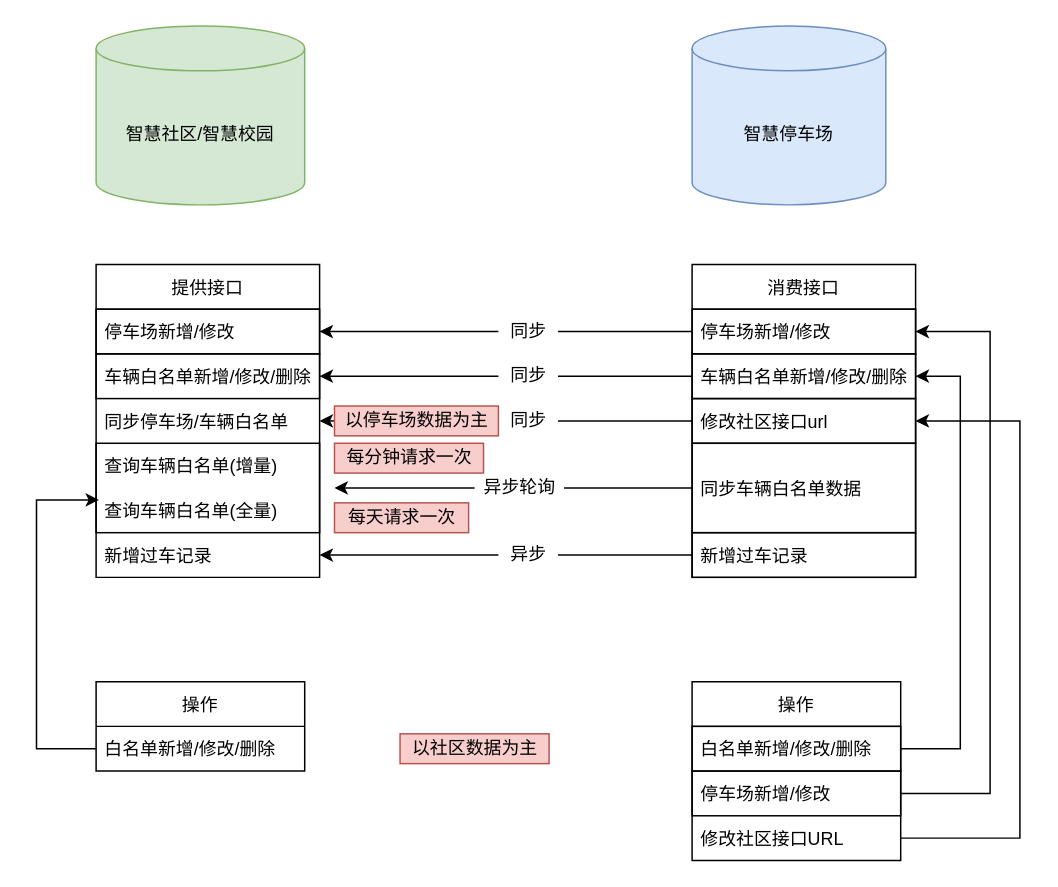
Above: 社区-停车场数据交互.drawio in 1119193481/draw (draw.io), before the change. Source tidied: cells renumbered, new cells numbered last; positions are measured from the earlier drawing's top-left corner, leaving out a move shared by most shapes. Both pictures are drawn from the tidied source at 149%, with x=0, y=0 at pixel (36, 25).
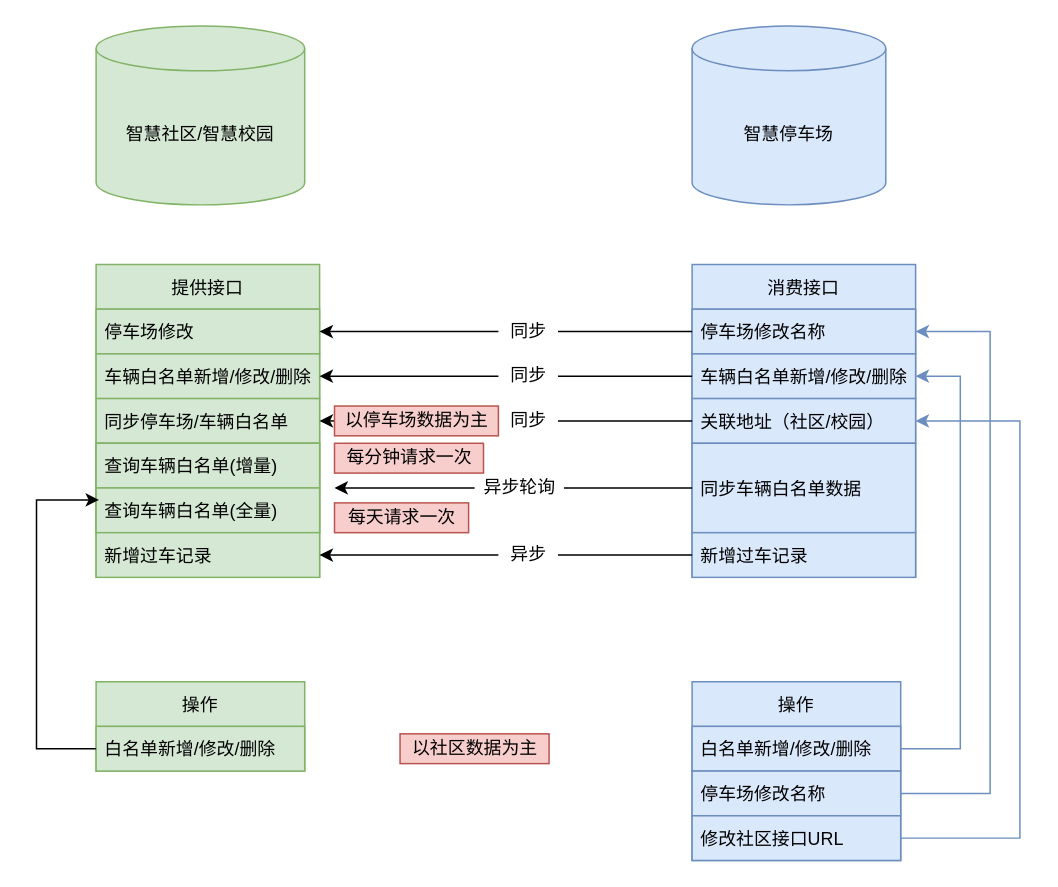
Above is the later version.

Commit message:
更新社区-停车场数据交互.drawio

The edit, as a diff of the source:
```diff
@@
-    <mxCell id="4" value="提供接口" style="swimlane;fontStyle=0;horizontal=1;startSize=30;" parent="1" vertex="1">
+    <mxCell id="4" value="提供接口" style="swimlane;fontStyle=0;horizontal=1;startSize=30;fillColor=#d5e8d4;strokeColor=#82b366;" parent="1" vertex="1">
       <mxGeometry x="40" y="160" width="150" height="210" as="geometry" />
     </mxCell>
-    <mxCell id="5" value="停车场新增/修改" style="text;strokeColor=default;fillColor=none;align=left;verticalAlign=middle;spacingLeft=4;spacingRight=4;overflow=hidden;points=[[0,0.5],[1,0.5]];portConstraint=eastwest;" parent="4" vertex="1">
+    <mxCell id="5" value="停车场修改" style="text;strokeColor=#82b366;fillColor=#d5e8d4;align=left;verticalAlign=middle;spacingLeft=4;spacingRight=4;overflow=hidden;points=[[0,0.5],[1,0.5]];portConstraint=eastwest;" parent="4" vertex="1">
       <mxGeometry y="30" width="150" height="30" as="geometry" />
     </mxCell>
-    <mxCell id="6" value="车辆白名单新增/修改/删除" style="text;strokeColor=default;fillColor=none;align=left;verticalAlign=middle;spacingLeft=4;spacingRight=4;overflow=hidden;points=[[0,0.5],[1,0.5]];portConstraint=eastwest;" parent="4" vertex="1">
+    <mxCell id="6" value="车辆白名单新增/修改/删除" style="text;strokeColor=#82b366;fillColor=#d5e8d4;align=left;verticalAlign=middle;spacingLeft=4;spacingRight=4;overflow=hidden;points=[[0,0.5],[1,0.5]];portConstraint=eastwest;" parent="4" vertex="1">
       <mxGeometry y="60" width="150" height="30" as="geometry" />
     </mxCell>
-    <mxCell id="7" value="同步停车场/车辆白名单" style="text;strokeColor=none;fillColor=none;align=left;verticalAlign=middle;spacingLeft=4;spacingRight=4;overflow=hidden;points=[[0,0.5],[1,0.5]];portConstraint=eastwest;" parent="4" vertex="1">
+    <mxCell id="7" value="同步停车场/车辆白名单" style="text;strokeColor=#82b366;fillColor=#d5e8d4;align=left;verticalAlign=middle;spacingLeft=4;spacingRight=4;overflow=hidden;points=[[0,0.5],[1,0.5]];portConstraint=eastwest;" parent="4" vertex="1">
       <mxGeometry y="90" width="150" height="30" as="geometry" />
     </mxCell>
-    <mxCell id="8" style="group;strokeColor=default;" parent="4" vertex="1">
+    <mxCell id="8" style="group;strokeColor=#82b366;fillColor=#d5e8d4;" parent="4" vertex="1">
       <mxGeometry y="120" width="150" height="60" as="geometry" />
     </mxCell>
-    <mxCell id="9" value="查询车辆白名单(增量)" style="text;strokeColor=none;fillColor=none;align=left;verticalAlign=middle;spacingLeft=4;spacingRight=4;overflow=hidden;" parent="8" vertex="1">
+    <mxCell id="9" value="查询车辆白名单(增量)" style="text;strokeColor=#82b366;fillColor=#d5e8d4;align=left;verticalAlign=middle;spacingLeft=4;spacingRight=4;overflow=hidden;" parent="8" vertex="1">
       <mxGeometry width="150" height="30" as="geometry" />
     </mxCell>
-    <mxCell id="10" value="查询车辆白名单(全量)" style="text;strokeColor=none;fillColor=none;align=left;verticalAlign=middle;spacingLeft=4;spacingRight=4;overflow=hidden;points=[[0,0.5],[1,0.5]];portConstraint=eastwest;" parent="8" vertex="1">
+    <mxCell id="10" value="查询车辆白名单(全量)" style="text;strokeColor=#82b366;fillColor=#d5e8d4;align=left;verticalAlign=middle;spacingLeft=4;spacingRight=4;overflow=hidden;points=[[0,0.5],[1,0.5]];portConstraint=eastwest;" parent="8" vertex="1">
       <mxGeometry y="30" width="150" height="30" as="geometry" />
     </mxCell>
-    <mxCell id="11" value="新增过车记录" style="text;strokeColor=none;fillColor=none;align=left;verticalAlign=middle;spacingLeft=4;spacingRight=4;overflow=hidden;points=[[0,0.5],[1,0.5]];portConstraint=eastwest;" parent="4" vertex="1">
+    <mxCell id="11" value="新增过车记录" style="text;strokeColor=#82b366;fillColor=#d5e8d4;align=left;verticalAlign=middle;spacingLeft=4;spacingRight=4;overflow=hidden;points=[[0,0.5],[1,0.5]];portConstraint=eastwest;" parent="4" vertex="1">
       <mxGeometry y="180" width="150" height="30" as="geometry" />
     </mxCell>
-    <mxCell id="12" value="消费接口" style="swimlane;fontStyle=0;horizontal=1;startSize=30;" parent="1" vertex="1">
+    <mxCell id="12" value="消费接口" style="swimlane;fontStyle=0;horizontal=1;startSize=30;fillColor=#dae8fc;strokeColor=#6c8ebf;" parent="1" vertex="1">
       <mxGeometry x="440" y="160" width="150" height="210" as="geometry" />
     </mxCell>
-    <mxCell id="13" value="停车场新增/修改" style="text;strokeColor=default;fillColor=none;align=left;verticalAlign=middle;spacingLeft=4;spacingRight=4;overflow=hidden;points=[[0,0.5],[1,0.5]];portConstraint=eastwest;" parent="12" vertex="1">
+    <mxCell id="13" value="停车场修改名称" style="text;strokeColor=#6c8ebf;fillColor=#dae8fc;align=left;verticalAlign=middle;spacingLeft=4;spacingRight=4;overflow=hidden;points=[[0,0.5],[1,0.5]];portConstraint=eastwest;" parent="12" vertex="1">
       <mxGeometry y="30" width="150" height="30" as="geometry" />
     </mxCell>
-    <mxCell id="14" value="车辆白名单新增/修改/删除" style="text;strokeColor=default;fillColor=none;align=left;verticalAlign=middle;spacingLeft=4;spacingRight=4;overflow=hidden;points=[[0,0.5],[1,0.5]];portConstraint=eastwest;" parent="12" vertex="1">
+    <mxCell id="14" value="车辆白名单新增/修改/删除" style="text;strokeColor=#6c8ebf;fillColor=#dae8fc;align=left;verticalAlign=middle;spacingLeft=4;spacingRight=4;overflow=hidden;points=[[0,0.5],[1,0.5]];portConstraint=eastwest;" parent="12" vertex="1">
       <mxGeometry y="60" width="150" height="30" as="geometry" />
     </mxCell>
-    <mxCell id="15" value="修改社区接口url" style="text;strokeColor=default;fillColor=none;align=left;verticalAlign=middle;spacingLeft=4;spacingRight=4;overflow=hidden;points=[[0,0.5],[1,0.5]];portConstraint=eastwest;labelBackgroundColor=none;" parent="12" vertex="1">
+    <mxCell id="15" value="关联地址（社区/校园）" style="text;strokeColor=#6c8ebf;fillColor=#dae8fc;align=left;verticalAlign=middle;spacingLeft=4;spacingRight=4;overflow=hidden;points=[[0,0.5],[1,0.5]];portConstraint=eastwest;labelBackgroundColor=none;" parent="12" vertex="1">
       <mxGeometry y="90" width="150" height="30" as="geometry" />
     </mxCell>
-    <mxCell id="16" value="同步车辆白名单数据" style="text;strokeColor=default;fillColor=none;align=left;verticalAlign=middle;spacingLeft=4;spacingRight=4;overflow=hidden;points=[[0,0.5],[1,0.5]];portConstraint=eastwest;" parent="12" vertex="1">
+    <mxCell id="16" value="同步车辆白名单数据" style="text;strokeColor=#6c8ebf;fillColor=#dae8fc;align=left;verticalAlign=middle;spacingLeft=4;spacingRight=4;overflow=hidden;points=[[0,0.5],[1,0.5]];portConstraint=eastwest;" parent="12" vertex="1">
       <mxGeometry y="120" width="150" height="60" as="geometry" />
     </mxCell>
-    <mxCell id="17" value="新增过车记录" style="text;strokeColor=default;fillColor=none;align=left;verticalAlign=middle;spacingLeft=4;spacingRight=4;overflow=hidden;points=[[0,0.5],[1,0.5]];portConstraint=eastwest;labelBackgroundColor=none;" parent="12" vertex="1">
+    <mxCell id="17" value="新增过车记录" style="text;strokeColor=#6c8ebf;fillColor=#dae8fc;align=left;verticalAlign=middle;spacingLeft=4;spacingRight=4;overflow=hidden;points=[[0,0.5],[1,0.5]];portConstraint=eastwest;labelBackgroundColor=none;" parent="12" vertex="1">
       <mxGeometry y="180" width="150" height="30" as="geometry" />
     </mxCell>
@@
-    <mxCell id="38" value="操作" style="swimlane;fontStyle=0;horizontal=1;startSize=30;labelBackgroundColor=none;fontColor=#000000;strokeColor=default;" parent="1" vertex="1">
+    <mxCell id="38" value="操作" style="swimlane;fontStyle=0;horizontal=1;startSize=30;labelBackgroundColor=none;strokeColor=#82b366;fillColor=#d5e8d4;" parent="1" vertex="1">
       <mxGeometry x="40" y="440" width="140" height="60" as="geometry" />
     </mxCell>
-    <mxCell id="39" value="白名单新增/修改/删除" style="text;strokeColor=none;fillColor=none;align=left;verticalAlign=middle;spacingLeft=4;spacingRight=4;overflow=hidden;points=[[0,0.5],[1,0.5]];portConstraint=eastwest;labelBackgroundColor=none;fontColor=#000000;" parent="38" vertex="1">
+    <mxCell id="39" value="白名单新增/修改/删除" style="text;strokeColor=#82b366;fillColor=#d5e8d4;align=left;verticalAlign=middle;spacingLeft=4;spacingRight=4;overflow=hidden;points=[[0,0.5],[1,0.5]];portConstraint=eastwest;labelBackgroundColor=none;" parent="38" vertex="1">
       <mxGeometry y="30" width="140" height="30" as="geometry" />
     </mxCell>
-    <mxCell id="40" value="操作" style="swimlane;fontStyle=0;horizontal=1;startSize=30;labelBackgroundColor=none;fontColor=#000000;strokeColor=default;" parent="1" vertex="1">
+    <mxCell id="40" value="操作" style="swimlane;fontStyle=0;horizontal=1;startSize=30;labelBackgroundColor=none;strokeColor=#6c8ebf;fillColor=#dae8fc;" parent="1" vertex="1">
       <mxGeometry x="440" y="440" width="140" height="120" as="geometry" />
     </mxCell>
-    <mxCell id="41" value="白名单新增/修改/删除" style="text;strokeColor=default;fillColor=none;align=left;verticalAlign=middle;spacingLeft=4;spacingRight=4;overflow=hidden;points=[[0,0.5],[1,0.5]];portConstraint=eastwest;labelBackgroundColor=none;fontColor=#000000;" parent="40" vertex="1">
+    <mxCell id="41" value="白名单新增/修改/删除" style="text;strokeColor=#6c8ebf;fillColor=#dae8fc;align=left;verticalAlign=middle;spacingLeft=4;spacingRight=4;overflow=hidden;points=[[0,0.5],[1,0.5]];portConstraint=eastwest;labelBackgroundColor=none;" parent="40" vertex="1">
       <mxGeometry y="30" width="140" height="30" as="geometry" />
     </mxCell>
-    <mxCell id="42" value="停车场新增/修改" style="text;strokeColor=default;fillColor=none;align=left;verticalAlign=middle;spacingLeft=4;spacingRight=4;overflow=hidden;points=[[0,0.5],[1,0.5]];portConstraint=eastwest;labelBackgroundColor=none;fontColor=#000000;" parent="40" vertex="1">
+    <mxCell id="42" value="停车场修改名称" style="text;strokeColor=#6c8ebf;fillColor=#dae8fc;align=left;verticalAlign=middle;spacingLeft=4;spacingRight=4;overflow=hidden;points=[[0,0.5],[1,0.5]];portConstraint=eastwest;labelBackgroundColor=none;" parent="40" vertex="1">
       <mxGeometry y="60" width="140" height="30" as="geometry" />
     </mxCell>
-    <mxCell id="43" value="修改社区接口URL" style="text;strokeColor=none;fillColor=none;align=left;verticalAlign=middle;spacingLeft=4;spacingRight=4;overflow=hidden;points=[[0,0.5],[1,0.5]];portConstraint=eastwest;labelBackgroundColor=none;fontColor=#000000;" parent="40" vertex="1">
+    <mxCell id="43" value="修改社区接口URL" style="text;strokeColor=#6c8ebf;fillColor=#dae8fc;align=left;verticalAlign=middle;spacingLeft=4;spacingRight=4;overflow=hidden;points=[[0,0.5],[1,0.5]];portConstraint=eastwest;labelBackgroundColor=none;" parent="40" vertex="1">
       <mxGeometry y="90" width="140" height="30" as="geometry" />
     </mxCell>
@@
-    <mxCell id="45" style="edgeStyle=orthogonalEdgeStyle;rounded=0;jettySize=auto;html=1;exitX=1;exitY=0.5;exitDx=0;exitDy=0;entryX=1;entryY=0.5;entryDx=0;entryDy=0;fontColor=#000000;" parent="1" edge="1" source="41" target="14">
+    <mxCell id="45" style="edgeStyle=orthogonalEdgeStyle;rounded=0;jettySize=auto;html=1;exitX=1;exitY=0.5;exitDx=0;exitDy=0;entryX=1;entryY=0.5;entryDx=0;entryDy=0;fontColor=#000000;fillColor=#dae8fc;strokeColor=#6c8ebf;" parent="1" edge="1" source="41" target="14">
       <mxGeometry relative="1" as="geometry">
         <Array as="points">
           <mxPoint x="620" y="485" />
           <mxPoint x="620" y="235" />
         </Array>
       </mxGeometry>
     </mxCell>
-    <mxCell id="46" style="edgeStyle=orthogonalEdgeStyle;rounded=0;jettySize=auto;html=1;exitX=1;exitY=0.5;exitDx=0;exitDy=0;entryX=1;entryY=0.5;entryDx=0;entryDy=0;fontColor=#000000;" parent="1" edge="1" source="42" target="13">
+    <mxCell id="46" style="edgeStyle=orthogonalEdgeStyle;rounded=0;jettySize=auto;html=1;exitX=1;exitY=0.5;exitDx=0;exitDy=0;entryX=1;entryY=0.5;entryDx=0;entryDy=0;fontColor=#000000;fillColor=#dae8fc;strokeColor=#6c8ebf;" parent="1" edge="1" source="42" target="13">
       <mxGeometry relative="1" as="geometry">
         <Array as="points">
           <mxPoint x="640" y="515" />
           <mxPoint x="640" y="205" />
         </Array>
       </mxGeometry>
     </mxCell>
-    <mxCell id="47" style="edgeStyle=orthogonalEdgeStyle;rounded=0;jettySize=auto;html=1;exitX=1;exitY=0.5;exitDx=0;exitDy=0;entryX=1;entryY=0.5;entryDx=0;entryDy=0;" parent="1" edge="1" source="43" target="15">
+    <mxCell id="47" style="edgeStyle=orthogonalEdgeStyle;rounded=0;jettySize=auto;html=1;exitX=1;exitY=0.5;exitDx=0;exitDy=0;entryX=1;entryY=0.5;entryDx=0;entryDy=0;fillColor=#dae8fc;strokeColor=#6c8ebf;" parent="1" edge="1" source="43" target="15">
       <mxGeometry relative="1" as="geometry">
         <Array as="points">
           <mxPoint x="660" y="545" />
           <mxPoint x="660" y="265" />
         </Array>
       </mxGeometry>
     </mxCell>
```
